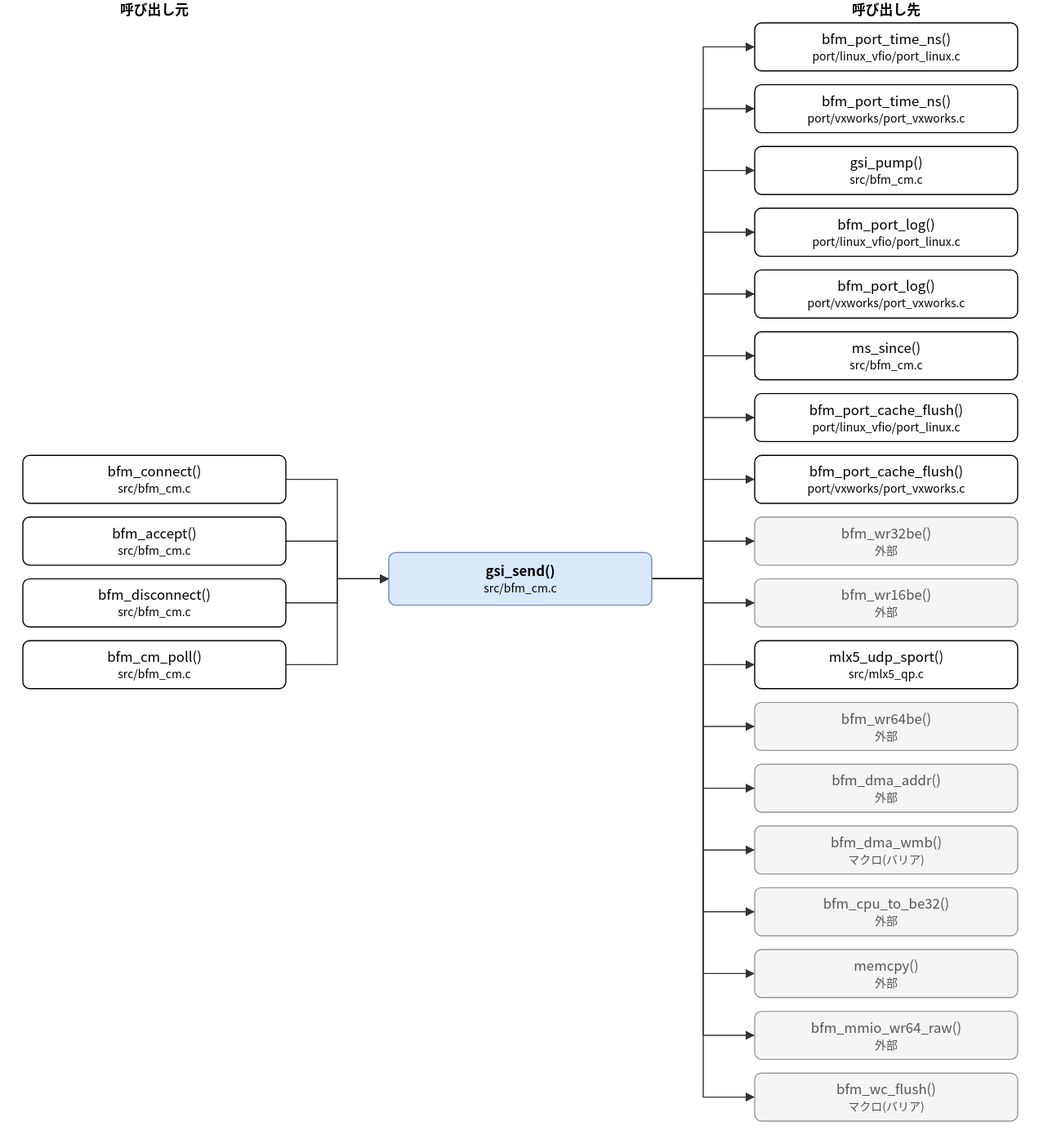
Before: doc/spec/images/call_src_bfm_cm__gsi_send.drawio.svg, a diagram exported from draw.io (hf355051012-ai/bfmem). Source tidied: cells renumbered, new cells last; positions are measured from the earlier drawing's top-left corner, leaving out a move shared by most shapes.
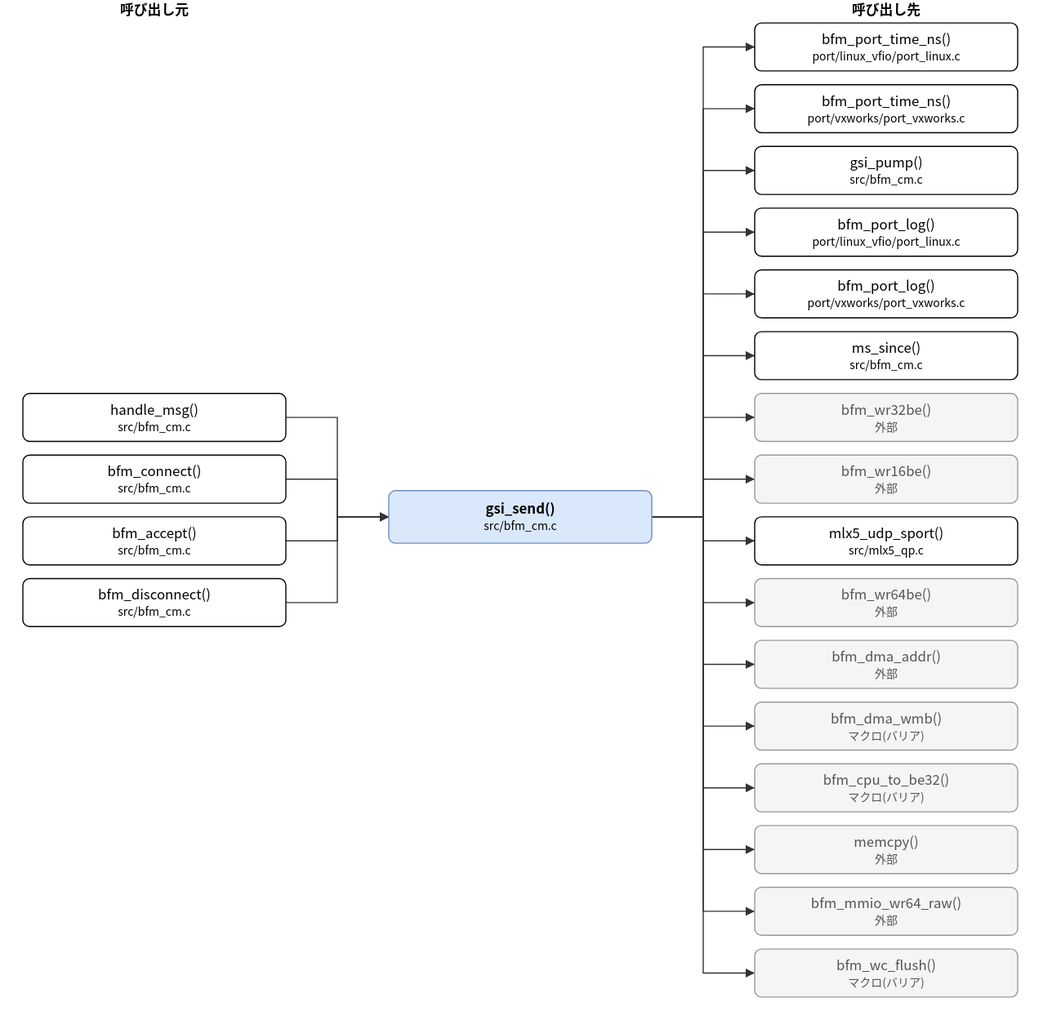
Above is the later version.

Change to the diagram source:
```diff
@@ -3,19 +3,19 @@
     <mxCell id="0" />
     <mxCell id="1" parent="0" />
     <mxCell id="2" value="gsi_send()&lt;br&gt;&lt;font style=&quot;font-size:10px&quot;&gt;src/bfm_cm.c&lt;/font&gt;" style="rounded=1;whiteSpace=wrap;html=1;fillColor=#dae8fc;strokeColor=#6c8ebf;fontStyle=1;" parent="1" vertex="1">
-      <mxGeometry x="320" y="483" width="230" height="46" as="geometry" />
+      <mxGeometry x="320" y="429" width="230" height="46" as="geometry" />
     </mxCell>
-    <mxCell id="3" value="bfm_connect()&lt;br&gt;&lt;font style=&quot;font-size:10px&quot;&gt;src/bfm_cm.c&lt;/font&gt;" style="rounded=1;whiteSpace=wrap;html=1;" parent="1" vertex="1">
-      <mxGeometry y="398" width="230" height="42" as="geometry" />
+    <mxCell id="3" value="handle_msg()&lt;br&gt;&lt;font style=&quot;font-size:10px&quot;&gt;src/bfm_cm.c&lt;/font&gt;" style="rounded=1;whiteSpace=wrap;html=1;" parent="1" vertex="1">
+      <mxGeometry y="344" width="230" height="42" as="geometry" />
     </mxCell>
-    <mxCell id="4" value="bfm_accept()&lt;br&gt;&lt;font style=&quot;font-size:10px&quot;&gt;src/bfm_cm.c&lt;/font&gt;" style="rounded=1;whiteSpace=wrap;html=1;" parent="1" vertex="1">
-      <mxGeometry y="452" width="230" height="42" as="geometry" />
+    <mxCell id="4" value="bfm_connect()&lt;br&gt;&lt;font style=&quot;font-size:10px&quot;&gt;src/bfm_cm.c&lt;/font&gt;" style="rounded=1;whiteSpace=wrap;html=1;" parent="1" vertex="1">
+      <mxGeometry y="398" width="230" height="42" as="geometry" />
     </mxCell>
-    <mxCell id="5" value="bfm_disconnect()&lt;br&gt;&lt;font style=&quot;font-size:10px&quot;&gt;src/bfm_cm.c&lt;/font&gt;" style="rounded=1;whiteSpace=wrap;html=1;" parent="1" vertex="1">
-      <mxGeometry y="506" width="230" height="42" as="geometry" />
+    <mxCell id="5" value="bfm_accept()&lt;br&gt;&lt;font style=&quot;font-size:10px&quot;&gt;src/bfm_cm.c&lt;/font&gt;" style="rounded=1;whiteSpace=wrap;html=1;" parent="1" vertex="1">
+      <mxGeometry y="452" width="230" height="42" as="geometry" />
     </mxCell>
-    <mxCell id="6" value="bfm_cm_poll()&lt;br&gt;&lt;font style=&quot;font-size:10px&quot;&gt;src/bfm_cm.c&lt;/font&gt;" style="rounded=1;whiteSpace=wrap;html=1;" parent="1" vertex="1">
-      <mxGeometry y="560" width="230" height="42" as="geometry" />
+    <mxCell id="6" value="bfm_disconnect()&lt;br&gt;&lt;font style=&quot;font-size:10px&quot;&gt;src/bfm_cm.c&lt;/font&gt;" style="rounded=1;whiteSpace=wrap;html=1;" parent="1" vertex="1">
+      <mxGeometry y="506" width="230" height="42" as="geometry" />
     </mxCell>
     <mxCell id="7" value="bfm_port_time_ns()&lt;br&gt;&lt;font style=&quot;font-size:10px&quot;&gt;port/linux_vfio/port_linux.c&lt;/font&gt;" style="rounded=1;whiteSpace=wrap;html=1;" parent="1" vertex="1">
       <mxGeometry x="640" y="20" width="230" height="42" as="geometry" />
@@ -35,78 +35,72 @@
     <mxCell id="12" value="ms_since()&lt;br&gt;&lt;font style=&quot;font-size:10px&quot;&gt;src/bfm_cm.c&lt;/font&gt;" style="rounded=1;whiteSpace=wrap;html=1;" parent="1" vertex="1">
       <mxGeometry x="640" y="290" width="230" height="42" as="geometry" />
     </mxCell>
-    <mxCell id="13" value="bfm_port_cache_flush()&lt;br&gt;&lt;font style=&quot;font-size:10px&quot;&gt;port/linux_vfio/port_linux.c&lt;/font&gt;" style="rounded=1;whiteSpace=wrap;html=1;" parent="1" vertex="1">
+    <mxCell id="13" value="bfm_wr32be()&lt;br&gt;&lt;font style=&quot;font-size:10px&quot;&gt;外部&lt;/font&gt;" style="rounded=1;whiteSpace=wrap;html=1;fillColor=#f5f5f5;strokeColor=#999999;fontColor=#555555;" parent="1" vertex="1">
       <mxGeometry x="640" y="344" width="230" height="42" as="geometry" />
     </mxCell>
-    <mxCell id="14" value="bfm_port_cache_flush()&lt;br&gt;&lt;font style=&quot;font-size:10px&quot;&gt;port/vxworks/port_vxworks.c&lt;/font&gt;" style="rounded=1;whiteSpace=wrap;html=1;" parent="1" vertex="1">
+    <mxCell id="14" value="bfm_wr16be()&lt;br&gt;&lt;font style=&quot;font-size:10px&quot;&gt;外部&lt;/font&gt;" style="rounded=1;whiteSpace=wrap;html=1;fillColor=#f5f5f5;strokeColor=#999999;fontColor=#555555;" parent="1" vertex="1">
       <mxGeometry x="640" y="398" width="230" height="42" as="geometry" />
     </mxCell>
-    <mxCell id="15" value="bfm_wr32be()&lt;br&gt;&lt;font style=&quot;font-size:10px&quot;&gt;外部&lt;/font&gt;" style="rounded=1;whiteSpace=wrap;html=1;fillColor=#f5f5f5;strokeColor=#999999;fontColor=#555555;" parent="1" vertex="1">
+    <mxCell id="15" value="mlx5_udp_sport()&lt;br&gt;&lt;font style=&quot;font-size:10px&quot;&gt;src/mlx5_qp.c&lt;/font&gt;" style="rounded=1;whiteSpace=wrap;html=1;" parent="1" vertex="1">
       <mxGeometry x="640" y="452" width="230" height="42" as="geometry" />
     </mxCell>
-    <mxCell id="16" value="bfm_wr16be()&lt;br&gt;&lt;font style=&quot;font-size:10px&quot;&gt;外部&lt;/font&gt;" style="rounded=1;whiteSpace=wrap;html=1;fillColor=#f5f5f5;strokeColor=#999999;fontColor=#555555;" parent="1" vertex="1">
+    <mxCell id="16" value="bfm_wr64be()&lt;br&gt;&lt;font style=&quot;font-size:10px&quot;&gt;外部&lt;/font&gt;" style="rounded=1;whiteSpace=wrap;html=1;fillColor=#f5f5f5;strokeColor=#999999;fontColor=#555555;" parent="1" vertex="1">
       <mxGeometry x="640" y="506" width="230" height="42" as="geometry" />
     </mxCell>
-    <mxCell id="17" value="mlx5_udp_sport()&lt;br&gt;&lt;font style=&quot;font-size:10px&quot;&gt;src/mlx5_qp.c&lt;/font&gt;" style="rounded=1;whiteSpace=wrap;html=1;" parent="1" vertex="1">
+    <mxCell id="17" value="bfm_dma_addr()&lt;br&gt;&lt;font style=&quot;font-size:10px&quot;&gt;外部&lt;/font&gt;" style="rounded=1;whiteSpace=wrap;html=1;fillColor=#f5f5f5;strokeColor=#999999;fontColor=#555555;" parent="1" vertex="1">
       <mxGeometry x="640" y="560" width="230" height="42" as="geometry" />
     </mxCell>
-    <mxCell id="18" value="bfm_wr64be()&lt;br&gt;&lt;font style=&quot;font-size:10px&quot;&gt;外部&lt;/font&gt;" style="rounded=1;whiteSpace=wrap;html=1;fillColor=#f5f5f5;strokeColor=#999999;fontColor=#555555;" parent="1" vertex="1">
+    <mxCell id="18" value="bfm_dma_wmb()&lt;br&gt;&lt;font style=&quot;font-size:10px&quot;&gt;マクロ(バリア)&lt;/font&gt;" style="rounded=1;whiteSpace=wrap;html=1;fillColor=#f5f5f5;strokeColor=#999999;fontColor=#555555;" parent="1" vertex="1">
       <mxGeometry x="640" y="614" width="230" height="42" as="geometry" />
     </mxCell>
-    <mxCell id="19" value="bfm_dma_addr()&lt;br&gt;&lt;font style=&quot;font-size:10px&quot;&gt;外部&lt;/font&gt;" style="rounded=1;whiteSpace=wrap;html=1;fillColor=#f5f5f5;strokeColor=#999999;fontColor=#555555;" parent="1" vertex="1">
+    <mxCell id="19" value="bfm_cpu_to_be32()&lt;br&gt;&lt;font style=&quot;font-size:10px&quot;&gt;マクロ(バリア)&lt;/font&gt;" style="rounded=1;whiteSpace=wrap;html=1;fillColor=#f5f5f5;strokeColor=#999999;fontColor=#555555;" parent="1" vertex="1">
       <mxGeometry x="640" y="668" width="230" height="42" as="geometry" />
     </mxCell>
-    <mxCell id="20" value="bfm_dma_wmb()&lt;br&gt;&lt;font style=&quot;font-size:10px&quot;&gt;マクロ(バリア)&lt;/font&gt;" style="rounded=1;whiteSpace=wrap;html=1;fillColor=#f5f5f5;strokeColor=#999999;fontColor=#555555;" parent="1" vertex="1">
+    <mxCell id="20" value="memcpy()&lt;br&gt;&lt;font style=&quot;font-size:10px&quot;&gt;外部&lt;/font&gt;" style="rounded=1;whiteSpace=wrap;html=1;fillColor=#f5f5f5;strokeColor=#999999;fontColor=#555555;" parent="1" vertex="1">
       <mxGeometry x="640" y="722" width="230" height="42" as="geometry" />
     </mxCell>
-    <mxCell id="21" value="bfm_cpu_to_be32()&lt;br&gt;&lt;font style=&quot;font-size:10px&quot;&gt;外部&lt;/font&gt;" style="rounded=1;whiteSpace=wrap;html=1;fillColor=#f5f5f5;strokeColor=#999999;fontColor=#555555;" parent="1" vertex="1">
+    <mxCell id="21" value="bfm_mmio_wr64_raw()&lt;br&gt;&lt;font style=&quot;font-size:10px&quot;&gt;外部&lt;/font&gt;" style="rounded=1;whiteSpace=wrap;html=1;fillColor=#f5f5f5;strokeColor=#999999;fontColor=#555555;" parent="1" vertex="1">
       <mxGeometry x="640" y="776" width="230" height="42" as="geometry" />
     </mxCell>
-    <mxCell id="22" value="memcpy()&lt;br&gt;&lt;font style=&quot;font-size:10px&quot;&gt;外部&lt;/font&gt;" style="rounded=1;whiteSpace=wrap;html=1;fillColor=#f5f5f5;strokeColor=#999999;fontColor=#555555;" parent="1" vertex="1">
+    <mxCell id="22" value="bfm_wc_flush()&lt;br&gt;&lt;font style=&quot;font-size:10px&quot;&gt;マクロ(バリア)&lt;/font&gt;" style="rounded=1;whiteSpace=wrap;html=1;fillColor=#f5f5f5;strokeColor=#999999;fontColor=#555555;" parent="1" vertex="1">
       <mxGeometry x="640" y="830" width="230" height="42" as="geometry" />
     </mxCell>
-    <mxCell id="23" value="bfm_mmio_wr64_raw()&lt;br&gt;&lt;font style=&quot;font-size:10px&quot;&gt;外部&lt;/font&gt;" style="rounded=1;whiteSpace=wrap;html=1;fillColor=#f5f5f5;strokeColor=#999999;fontColor=#555555;" parent="1" vertex="1">
-      <mxGeometry x="640" y="884" width="230" height="42" as="geometry" />
-    </mxCell>
-    <mxCell id="24" value="bfm_wc_flush()&lt;br&gt;&lt;font style=&quot;font-size:10px&quot;&gt;マクロ(バリア)&lt;/font&gt;" style="rounded=1;whiteSpace=wrap;html=1;fillColor=#f5f5f5;strokeColor=#999999;fontColor=#555555;" parent="1" vertex="1">
-      <mxGeometry x="640" y="938" width="230" height="42" as="geometry" />
-    </mxCell>
     <mxCell id="25" style="edgeStyle=none;html=1;rounded=0;endArrow=block;endFill=1;exitX=1.0000;exitY=0.5000;exitDx=0;exitDy=0;exitPerimeter=0;entryX=0.0000;entryY=0.5000;entryDx=0;entryDy=0;entryPerimeter=0;" parent="1" edge="1" source="3" target="2">
       <mxGeometry relative="1" as="geometry">
         <Array as="points">
-          <mxPoint x="275" y="419" />
-          <mxPoint x="275" y="506" />
+          <mxPoint x="275" y="365" />
+          <mxPoint x="275" y="452" />
         </Array>
       </mxGeometry>
     </mxCell>
     <mxCell id="26" style="edgeStyle=none;html=1;rounded=0;endArrow=block;endFill=1;exitX=1.0000;exitY=0.5000;exitDx=0;exitDy=0;exitPerimeter=0;entryX=0.0000;entryY=0.5000;entryDx=0;entryDy=0;entryPerimeter=0;" parent="1" edge="1" source="4" target="2">
       <mxGeometry relative="1" as="geometry">
         <Array as="points">
-          <mxPoint x="275" y="473" />
-          <mxPoint x="275" y="506" />
+          <mxPoint x="275" y="419" />
+          <mxPoint x="275" y="452" />
         </Array>
       </mxGeometry>
     </mxCell>
     <mxCell id="27" style="edgeStyle=none;html=1;rounded=0;endArrow=block;endFill=1;exitX=1.0000;exitY=0.5000;exitDx=0;exitDy=0;exitPerimeter=0;entryX=0.0000;entryY=0.5000;entryDx=0;entryDy=0;entryPerimeter=0;" parent="1" edge="1" source="5" target="2">
       <mxGeometry relative="1" as="geometry">
         <Array as="points">
-          <mxPoint x="275" y="527" />
-          <mxPoint x="275" y="506" />
+          <mxPoint x="275" y="473" />
+          <mxPoint x="275" y="452" />
         </Array>
       </mxGeometry>
     </mxCell>
     <mxCell id="28" style="edgeStyle=none;html=1;rounded=0;endArrow=block;endFill=1;exitX=1.0000;exitY=0.5000;exitDx=0;exitDy=0;exitPerimeter=0;entryX=0.0000;entryY=0.5000;entryDx=0;entryDy=0;entryPerimeter=0;" parent="1" edge="1" source="6" target="2">
       <mxGeometry relative="1" as="geometry">
         <Array as="points">
-          <mxPoint x="275" y="581" />
-          <mxPoint x="275" y="506" />
+          <mxPoint x="275" y="527" />
+          <mxPoint x="275" y="452" />
         </Array>
       </mxGeometry>
     </mxCell>
     <mxCell id="29" style="edgeStyle=none;html=1;rounded=0;endArrow=block;endFill=1;exitX=1.0000;exitY=0.5000;exitDx=0;exitDy=0;exitPerimeter=0;entryX=0.0000;entryY=0.5000;entryDx=0;entryDy=0;entryPerimeter=0;" parent="1" edge="1" source="2" target="7">
       <mxGeometry relative="1" as="geometry">
         <Array as="points">
-          <mxPoint x="595" y="506" />
+          <mxPoint x="595" y="452" />
           <mxPoint x="595" y="41" />
         </Array>
       </mxGeometry>
@@ -114,7 +108,7 @@
     <mxCell id="30" style="edgeStyle=none;html=1;rounded=0;endArrow=block;endFill=1;exitX=1.0000;exitY=0.5000;exitDx=0;exitDy=0;exitPerimeter=0;entryX=0.0000;entryY=0.5000;entryDx=0;entryDy=0;entryPerimeter=0;" parent="1" edge="1" source="2" target="8">
       <mxGeometry relative="1" as="geometry">
         <Array as="points">
-          <mxPoint x="595" y="506" />
+          <mxPoint x="595" y="452" />
           <mxPoint x="595" y="95" />
         </Array>
       </mxGeometry>
@@ -122,7 +116,7 @@
     <mxCell id="31" style="edgeStyle=none;html=1;rounded=0;endArrow=block;endFill=1;exitX=1.0000;exitY=0.5000;exitDx=0;exitDy=0;exitPerimeter=0;entryX=0.0000;entryY=0.5000;entryDx=0;entryDy=0;entryPerimeter=0;" parent="1" edge="1" source="2" target="9">
       <mxGeometry relative="1" as="geometry">
         <Array as="points">
-          <mxPoint x="595" y="506" />
+          <mxPoint x="595" y="452" />
           <mxPoint x="595" y="149" />
         </Array>
       </mxGeometry>
@@ -130,7 +124,7 @@
     <mxCell id="32" style="edgeStyle=none;html=1;rounded=0;endArrow=block;endFill=1;exitX=1.0000;exitY=0.5000;exitDx=0;exitDy=0;exitPerimeter=0;entryX=0.0000;entryY=0.5000;entryDx=0;entryDy=0;entryPerimeter=0;" parent="1" edge="1" source="2" target="10">
       <mxGeometry relative="1" as="geometry">
         <Array as="points">
-          <mxPoint x="595" y="506" />
+          <mxPoint x="595" y="452" />
           <mxPoint x="595" y="203" />
         </Array>
       </mxGeometry>
@@ -138,7 +132,7 @@
     <mxCell id="33" style="edgeStyle=none;html=1;rounded=0;endArrow=block;endFill=1;exitX=1.0000;exitY=0.5000;exitDx=0;exitDy=0;exitPerimeter=0;entryX=0.0000;entryY=0.5000;entryDx=0;entryDy=0;entryPerimeter=0;" parent="1" edge="1" source="2" target="11">
       <mxGeometry relative="1" as="geometry">
         <Array as="points">
-          <mxPoint x="595" y="506" />
+          <mxPoint x="595" y="452" />
           <mxPoint x="595" y="257" />
         </Array>
       </mxGeometry>
@@ -146,7 +140,7 @@
     <mxCell id="34" style="edgeStyle=none;html=1;rounded=0;endArrow=block;endFill=1;exitX=1.0000;exitY=0.5000;exitDx=0;exitDy=0;exitPerimeter=0;entryX=0.0000;entryY=0.5000;entryDx=0;entryDy=0;entryPerimeter=0;" parent="1" edge="1" source="2" target="12">
       <mxGeometry relative="1" as="geometry">
         <Array as="points">
-          <mxPoint x="595" y="506" />
+          <mxPoint x="595" y="452" />
           <mxPoint x="595" y="311" />
         </Array>
       </mxGeometry>
@@ -154,7 +148,7 @@
     <mxCell id="35" style="edgeStyle=none;html=1;rounded=0;endArrow=block;endFill=1;exitX=1.0000;exitY=0.5000;exitDx=0;exitDy=0;exitPerimeter=0;entryX=0.0000;entryY=0.5000;entryDx=0;entryDy=0;entryPerimeter=0;" parent="1" edge="1" source="2" target="13">
       <mxGeometry relative="1" as="geometry">
         <Array as="points">
-          <mxPoint x="595" y="506" />
+          <mxPoint x="595" y="452" />
           <mxPoint x="595" y="365" />
         </Array>
       </mxGeometry>
@@ -162,7 +156,7 @@
     <mxCell id="36" style="edgeStyle=none;html=1;rounded=0;endArrow=block;endFill=1;exitX=1.0000;exitY=0.5000;exitDx=0;exitDy=0;exitPerimeter=0;entryX=0.0000;entryY=0.5000;entryDx=0;entryDy=0;entryPerimeter=0;" parent="1" edge="1" source="2" target="14">
       <mxGeometry relative="1" as="geometry">
         <Array as="points">
-          <mxPoint x="595" y="506" />
+          <mxPoint x="595" y="452" />
           <mxPoint x="595" y="419" />
         </Array>
       </mxGeometry>
@@ -170,7 +164,7 @@
     <mxCell id="37" style="edgeStyle=none;html=1;rounded=0;endArrow=block;endFill=1;exitX=1.0000;exitY=0.5000;exitDx=0;exitDy=0;exitPerimeter=0;entryX=0.0000;entryY=0.5000;entryDx=0;entryDy=0;entryPerimeter=0;" parent="1" edge="1" source="2" target="15">
       <mxGeometry relative="1" as="geometry">
         <Array as="points">
-          <mxPoint x="595" y="506" />
+          <mxPoint x="595" y="452" />
           <mxPoint x="595" y="473" />
         </Array>
       </mxGeometry>
@@ -178,7 +172,7 @@
     <mxCell id="38" style="edgeStyle=none;html=1;rounded=0;endArrow=block;endFill=1;exitX=1.0000;exitY=0.5000;exitDx=0;exitDy=0;exitPerimeter=0;entryX=0.0000;entryY=0.5000;entryDx=0;entryDy=0;entryPerimeter=0;" parent="1" edge="1" source="2" target="16">
       <mxGeometry relative="1" as="geometry">
         <Array as="points">
-          <mxPoint x="595" y="506" />
+          <mxPoint x="595" y="452" />
           <mxPoint x="595" y="527" />
         </Array>
       </mxGeometry>
@@ -186,7 +180,7 @@
     <mxCell id="39" style="edgeStyle=none;html=1;rounded=0;endArrow=block;endFill=1;exitX=1.0000;exitY=0.5000;exitDx=0;exitDy=0;exitPerimeter=0;entryX=0.0000;entryY=0.5000;entryDx=0;entryDy=0;entryPerimeter=0;" parent="1" edge="1" source="2" target="17">
       <mxGeometry relative="1" as="geometry">
         <Array as="points">
-          <mxPoint x="595" y="506" />
+          <mxPoint x="595" y="452" />
           <mxPoint x="595" y="581" />
         </Array>
       </mxGeometry>
@@ -194,7 +188,7 @@
     <mxCell id="40" style="edgeStyle=none;html=1;rounded=0;endArrow=block;endFill=1;exitX=1.0000;exitY=0.5000;exitDx=0;exitDy=0;exitPerimeter=0;entryX=0.0000;entryY=0.5000;entryDx=0;entryDy=0;entryPerimeter=0;" parent="1" edge="1" source="2" target="18">
       <mxGeometry relative="1" as="geometry">
         <Array as="points">
-          <mxPoint x="595" y="506" />
+          <mxPoint x="595" y="452" />
           <mxPoint x="595" y="635" />
         </Array>
       </mxGeometry>
@@ -202,7 +196,7 @@
     <mxCell id="41" style="edgeStyle=none;html=1;rounded=0;endArrow=block;endFill=1;exitX=1.0000;exitY=0.5000;exitDx=0;exitDy=0;exitPerimeter=0;entryX=0.0000;entryY=0.5000;entryDx=0;entryDy=0;entryPerimeter=0;" parent="1" edge="1" source="2" target="19">
       <mxGeometry relative="1" as="geometry">
         <Array as="points">
-          <mxPoint x="595" y="506" />
+          <mxPoint x="595" y="452" />
           <mxPoint x="595" y="689" />
         </Array>
       </mxGeometry>
@@ -210,7 +204,7 @@
     <mxCell id="42" style="edgeStyle=none;html=1;rounded=0;endArrow=block;endFill=1;exitX=1.0000;exitY=0.5000;exitDx=0;exitDy=0;exitPerimeter=0;entryX=0.0000;entryY=0.5000;entryDx=0;entryDy=0;entryPerimeter=0;" parent="1" edge="1" source="2" target="20">
       <mxGeometry relative="1" as="geometry">
         <Array as="points">
-          <mxPoint x="595" y="506" />
+          <mxPoint x="595" y="452" />
           <mxPoint x="595" y="743" />
         </Array>
       </mxGeometry>
@@ -218,7 +212,7 @@
     <mxCell id="43" style="edgeStyle=none;html=1;rounded=0;endArrow=block;endFill=1;exitX=1.0000;exitY=0.5000;exitDx=0;exitDy=0;exitPerimeter=0;entryX=0.0000;entryY=0.5000;entryDx=0;entryDy=0;entryPerimeter=0;" parent="1" edge="1" source="2" target="21">
       <mxGeometry relative="1" as="geometry">
         <Array as="points">
-          <mxPoint x="595" y="506" />
+          <mxPoint x="595" y="452" />
           <mxPoint x="595" y="797" />
         </Array>
       </mxGeometry>
@@ -226,27 +220,11 @@
     <mxCell id="44" style="edgeStyle=none;html=1;rounded=0;endArrow=block;endFill=1;exitX=1.0000;exitY=0.5000;exitDx=0;exitDy=0;exitPerimeter=0;entryX=0.0000;entryY=0.5000;entryDx=0;entryDy=0;entryPerimeter=0;" parent="1" edge="1" source="2" target="22">
       <mxGeometry relative="1" as="geometry">
         <Array as="points">
-          <mxPoint x="595" y="506" />
+          <mxPoint x="595" y="452" />
           <mxPoint x="595" y="851" />
         </Array>
       </mxGeometry>
     </mxCell>
-    <mxCell id="45" style="edgeStyle=none;html=1;rounded=0;endArrow=block;endFill=1;exitX=1.0000;exitY=0.5000;exitDx=0;exitDy=0;exitPerimeter=0;entryX=0.0000;entryY=0.5000;entryDx=0;entryDy=0;entryPerimeter=0;" parent="1" edge="1" source="2" target="23">
-      <mxGeometry relative="1" as="geometry">
-        <Array as="points">
-          <mxPoint x="595" y="506" />
-          <mxPoint x="595" y="905" />
-        </Array>
-      </mxGeometry>
-    </mxCell>
-    <mxCell id="46" style="edgeStyle=none;html=1;rounded=0;endArrow=block;endFill=1;exitX=1.0000;exitY=0.5000;exitDx=0;exitDy=0;exitPerimeter=0;entryX=0.0000;entryY=0.5000;entryDx=0;entryDy=0;entryPerimeter=0;" parent="1" edge="1" source="2" target="24">
-      <mxGeometry relative="1" as="geometry">
-        <Array as="points">
-          <mxPoint x="595" y="506" />
-          <mxPoint x="595" y="959" />
-        </Array>
-      </mxGeometry>
-    </mxCell>
     <mxCell id="47" value="呼び出し元" style="text;html=1;align=center;fontStyle=1;" parent="1" vertex="1">
       <mxGeometry x="35" width="160" height="18" as="geometry" />
     </mxCell>
```
